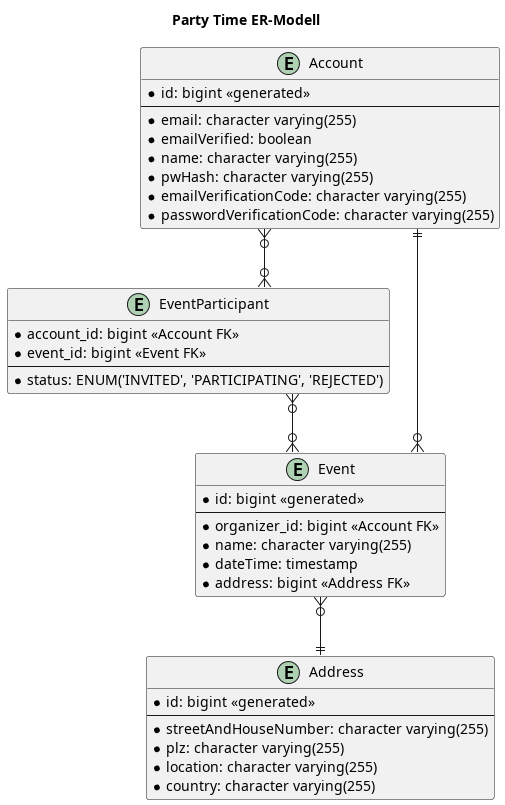
Above: docs/PNG/ER-Modell/er-model.png in party-time-2/party-time (PlantUML), before the change.
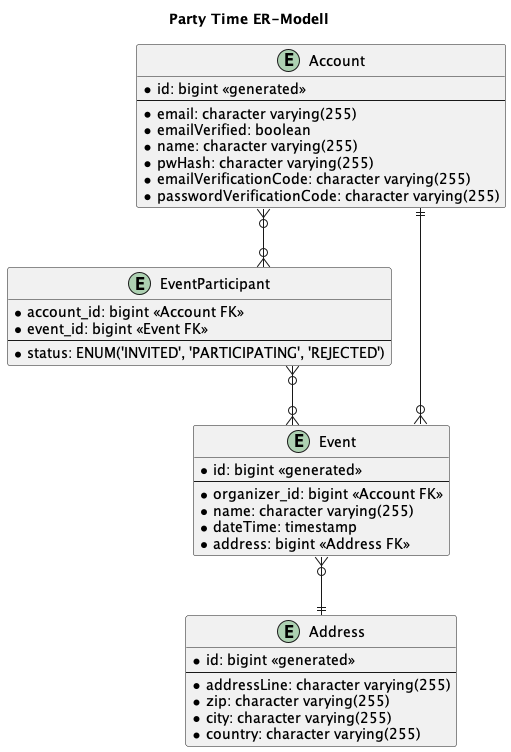
Above is the later version.

Diff of the diagram source:
```diff
@@ -32,9 +32,9 @@
 entity Address {
     * id: bigint <<generated>>
     --
-    * streetAndHouseNumber: character varying(255)
-    * plz: character varying(255)
-    * location: character varying(255)
+    * addressLine: character varying(255)
+    * zip: character varying(255)
+    * city: character varying(255)
     * country: character varying(255)
 }
 
```
